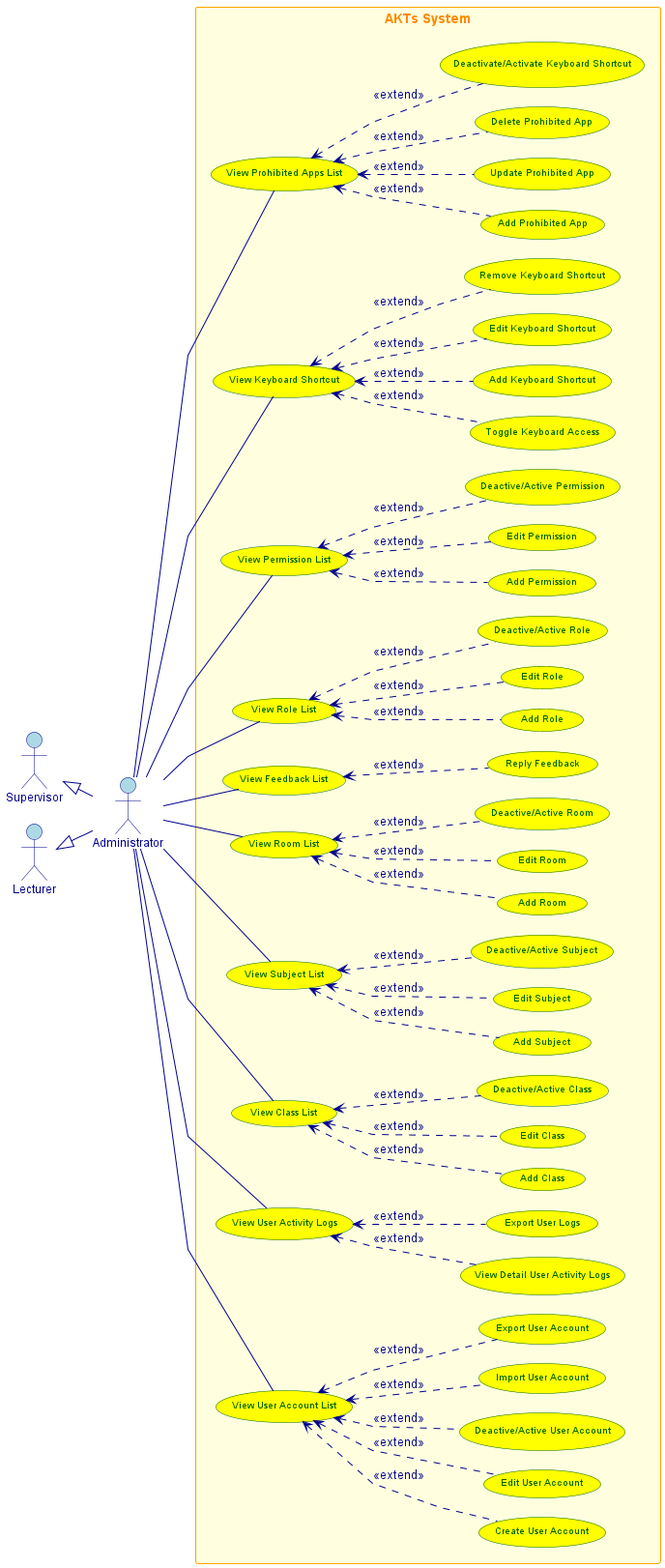
conghoan1211/AI-Kiosk-Testing-system keeps this PlantUML diagram as design/out/administrator/administrator.png. Above is the earlier version. Source of this version:
```plantuml
@startuml
left to right direction
skinparam linetype polyline
skinparam nodesep 20
skinparam ranksep 30
skinparam width 2000
skinparam actor {
  BackgroundColor lightblue
  BorderColor darkblue
  FontColor darkblue
  FontSize 12
}


skinparam usecase {
  BackgroundColor yellow
  BorderColor darkgreen
  FontColor darkgreen
  FontSize 10
}


skinparam rectangle {
  BackgroundColor lightyellow
  BorderColor orange
  FontColor darkorange
  FontSize 14
  FontStyle bold
}


skinparam arrow {
  Color darkblue
  FontColor darkblue
}
together {
  actor Administrator as "Administrator"
  actor Supervisor as "Supervisor"
  actor Lecturer as "Lecturer"
}

rectangle "AKTs System" {
     usecase "View User Account List" as UC1
     usecase "Create User Account" as UC2
     usecase "Edit User Account" as UC3
     usecase "Deactive/Active User Account" as UC4
     usecase "Import User Account" as UC35
     usecase "Export User Account" as UC36
     usecase "View Keyboard Shortcut" as UC5
     usecase "Toggle Keyboard Access" as UC6
     usecase "View Prohibited Apps List" as UC9
     usecase "Add Prohibited App" as UC10
     usecase "Update Prohibited App" as UC11
     usecase "Delete Prohibited App" as UC12
     usecase "View User Activity Logs" as UC17
     usecase "View Detail User Activity Logs" as UC18
     usecase "Export User Logs" as UC19
     usecase "View Class List" as UC20
     usecase "Add Class" as UC21
     usecase "Edit Class" as UC22
     usecase "Deactive/Active Class" as UC23
     usecase "View Subject List" as UC24
     usecase "Add Subject" as UC25
     usecase "Edit Subject" as UC26
     usecase "Deactive/Active Subject" as UC27
     usecase "View Room List" as UC28
     usecase "Add Room" as UC29
     usecase "Edit Room" as UC30
     usecase "Deactive/Active Room" as UC31
     usecase "View Feedback List" as UC33
     usecase "Reply Feedback" as UC34
     usecase "View Role List" as UC46
     usecase "Add Role" as UC47
     usecase "Edit Role" as UC48
     usecase "Deactive/Active Role" as UC49
     usecase "View Permission List" as UC50
     usecase "Add Permission" as UC51
     usecase "Edit Permission" as UC52
     usecase "Deactive/Active Permission" as UC53
     usecase "Add Keyboard Shortcut" as UC54
     usecase "Edit Keyboard Shortcut" as UC55
     usecase "Remove Keyboard Shortcut" as UC56
     usecase "Deactivate/Activate Keyboard Shortcut" as UC57
}
Supervisor <|-d- Administrator
Lecturer <|-d- Administrator
Administrator -- UC1
Administrator -- UC5
Administrator -- UC9
Administrator -- UC17
Administrator -- UC20
Administrator -- UC24
Administrator -- UC28
Administrator -- UC33
Administrator -- UC46
Administrator -- UC50




UC2 .u.> UC1 : <<extend>>
UC3 .u.> UC1 : <<extend>>
UC4 .u.> UC1 : <<extend>>
UC35 .u.> UC1 : <<extend>>
UC36 .u.> UC1 : <<extend>>
UC6 .u.> UC5 : <<extend>>
UC10 .u.> UC9 : <<extend>>
UC11 .u.> UC9 : <<extend>>
UC12 .u.> UC9 : <<extend>>
UC18 .u.> UC17 : <<extend>>
UC19 .u.> UC17 : <<extend>>
UC21 .u.> UC20 : <<extend>>
UC22 .u.> UC20 : <<extend>>
UC23 .u.> UC20 : <<extend>>
UC25 .u.> UC24 : <<extend>>
UC26 .u.> UC24 : <<extend>>
UC27 .u.> UC24 : <<extend>>
UC29 .u.> UC28 : <<extend>>
UC30 .u.> UC28 : <<extend>>
UC31 .u.> UC28 : <<extend>>
UC34 .u.> UC33 : <<extend>>
UC47 .u.> UC46 : <<extend>>
UC48 .u.> UC46 : <<extend>>
UC49 .u.> UC46 : <<extend>>
UC51 .u.> UC50 : <<extend>>
UC52 .u.> UC50 : <<extend>>
UC53 .u.> UC50 : <<extend>>
UC54 .u.> UC5 : <<extend>>
UC55 .u.> UC5 : <<extend>>
UC56 .u.> UC5 : <<extend>>
UC57 .u.> UC9 : <<extend>>
@enduml
```
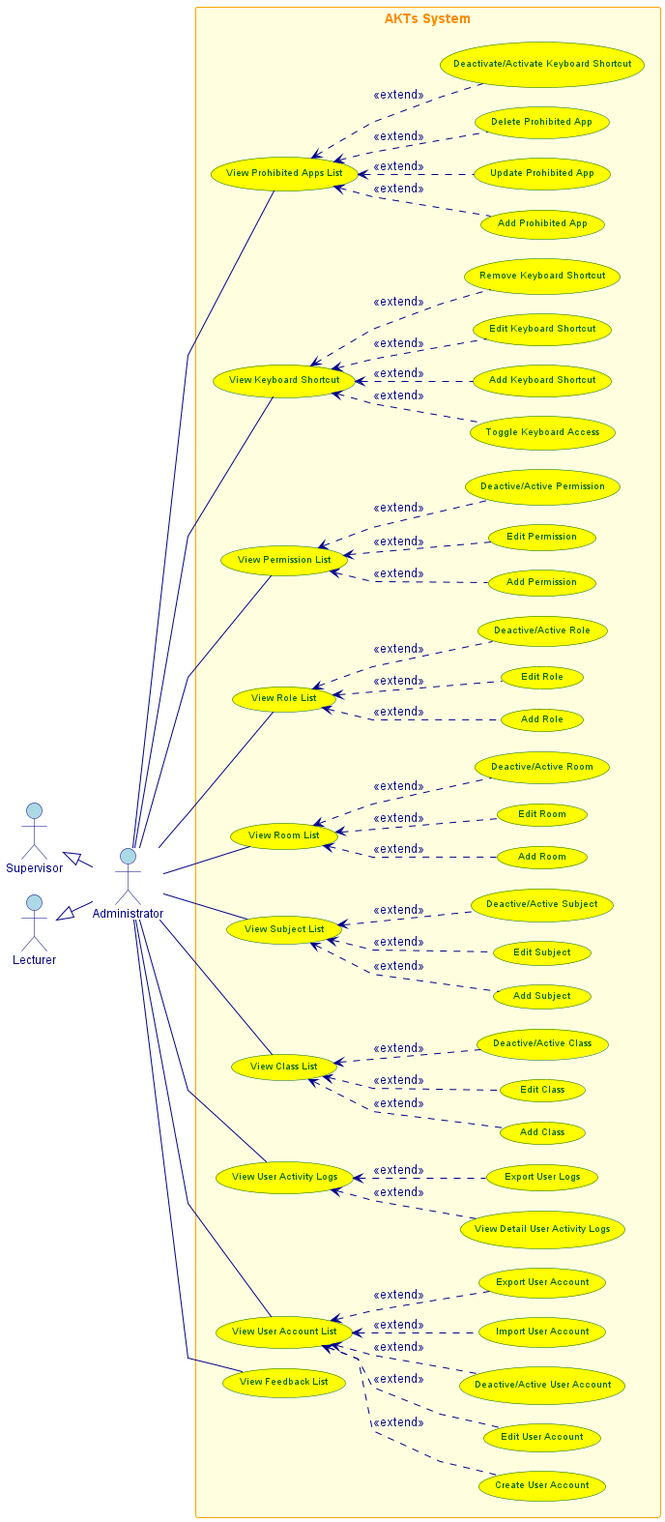
After the change.

Change to the diagram source:
```diff
@@ -68,7 +68,6 @@
      usecase "Edit Room" as UC30
      usecase "Deactive/Active Room" as UC31
      usecase "View Feedback List" as UC33
-     usecase "Reply Feedback" as UC34
      usecase "View Role List" as UC46
      usecase "Add Role" as UC47
      usecase "Edit Role" as UC48
@@ -118,7 +117,6 @@
 UC29 .u.> UC28 : <<extend>>
 UC30 .u.> UC28 : <<extend>>
 UC31 .u.> UC28 : <<extend>>
-UC34 .u.> UC33 : <<extend>>
 UC47 .u.> UC46 : <<extend>>
 UC48 .u.> UC46 : <<extend>>
 UC49 .u.> UC46 : <<extend>>
```
